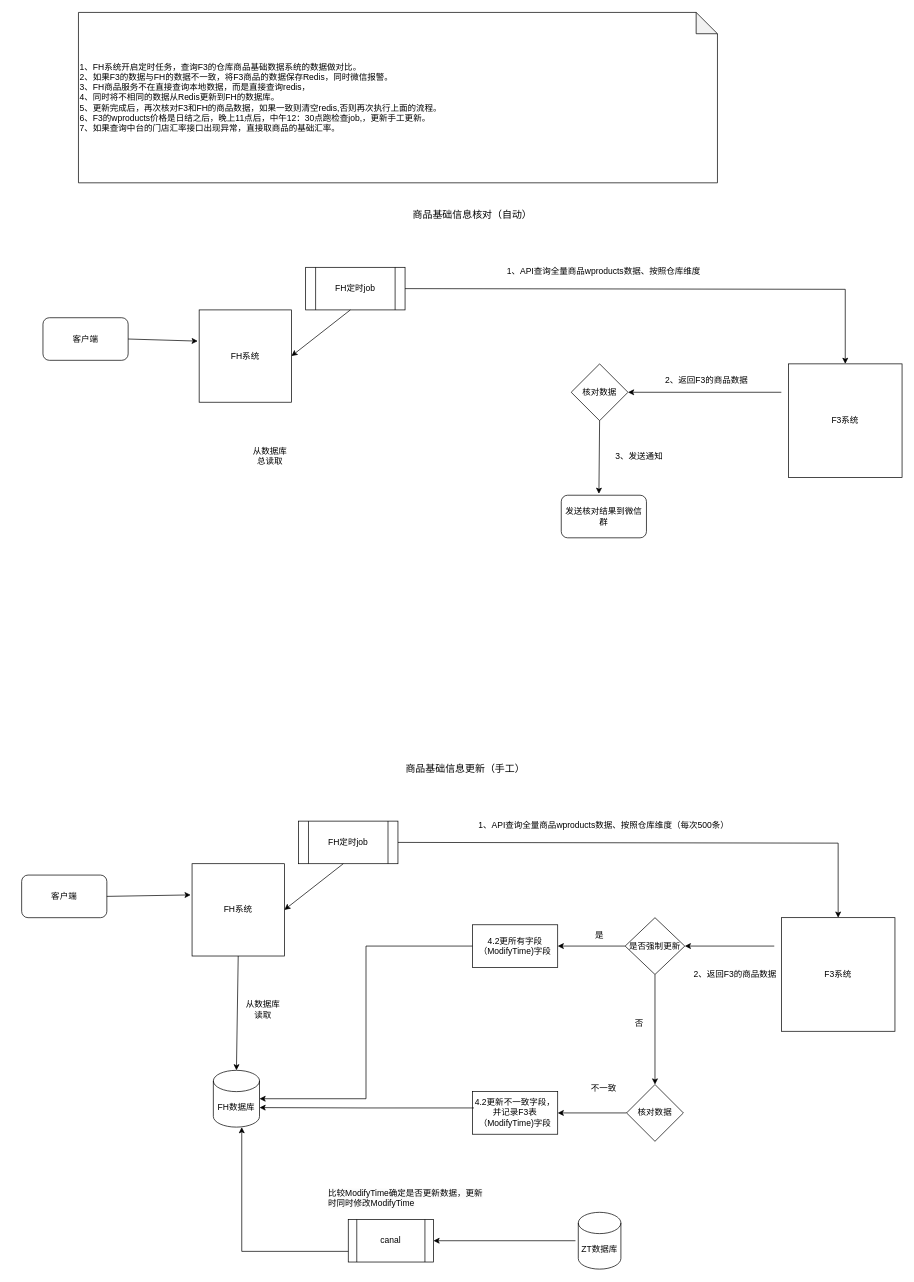
Above: SketchMap/FH校验商品基础数据.drawio in liuyunlong1229/aaa (draw.io), before the change. Source tidied: cells renumbered, new cells numbered last; positions are measured from the earlier drawing's top-left corner, leaving out a move shared by most shapes. Both pictures are drawn from the tidied source at 71%, with x=0, y=0 at pixel (21, 12).
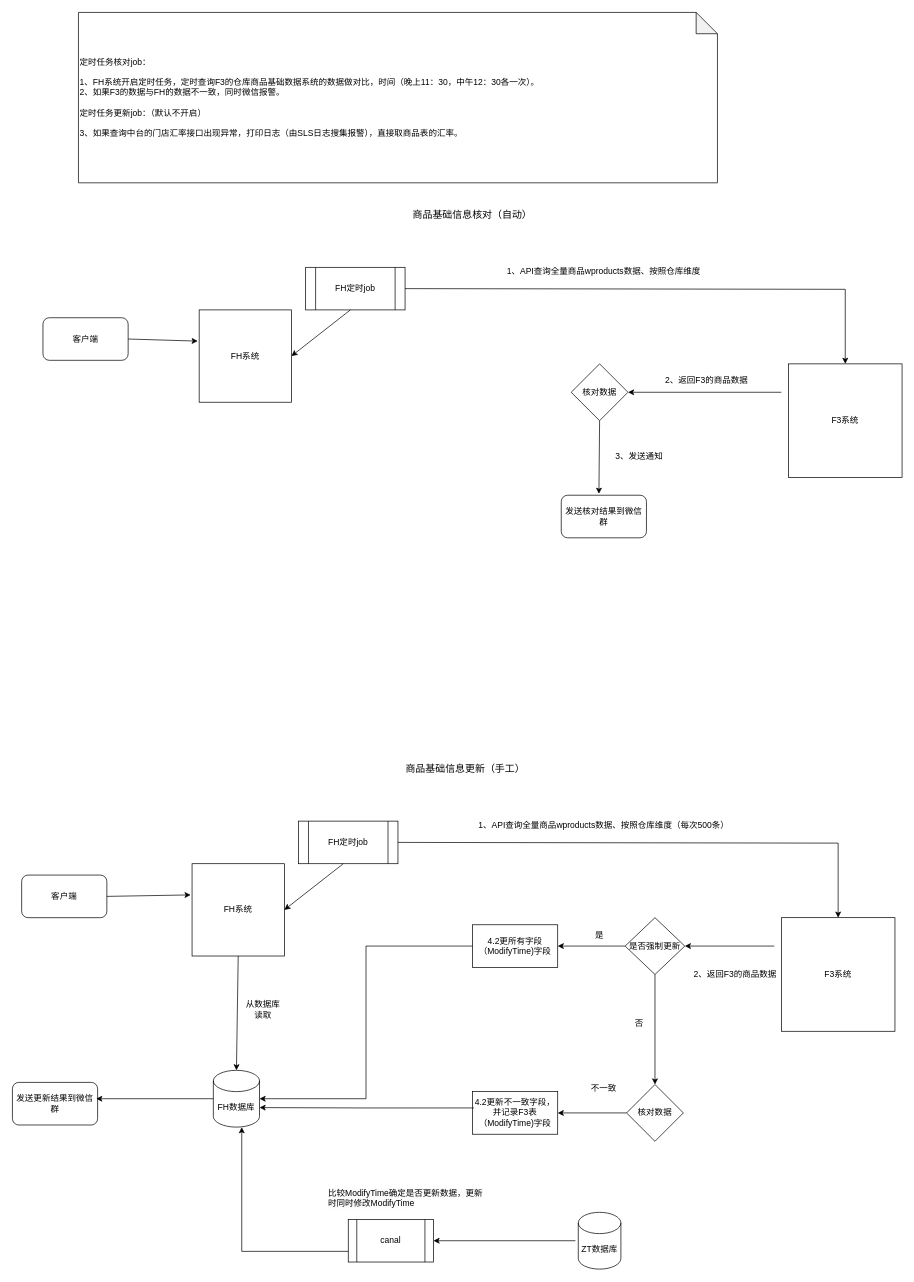
The same diagram, later.

Commit message:
更新FH校验商品基础数据.drawio

The change refers to these unchanged cells:
```xml
<mxCell id="20" value="FH数据库" style="shape=cylinder3;whiteSpace=wrap;html=1;boundedLbl=1;backgroundOutline=1;size=15;" parent="1" vertex="1">
  <mxGeometry x="270" y="1490" width="65" height="80" as="geometry" />
</mxCell>
```

Diff of the diagram source:
```diff
@@
-    <mxCell id="12" value="&lt;div&gt;&lt;div&gt;&lt;div&gt;1、FH系统开启定时任务，查询F3的仓库商品基础数据系统的数据做对比。&lt;/div&gt;&lt;div&gt;2、如果F3的数据与FH的数据不一致，将F3商品的数据保存Redis，同时微信报警。&lt;/div&gt;&lt;div&gt;3、FH商品服务不在直接查询本地数据，而是直接查询redis，&lt;/div&gt;&lt;div&gt;4、同时将不相同的数据从Redis更新到FH的数据库。&lt;/div&gt;&lt;div&gt;5、更新完成后，再次核对F3和FH的商品数据，如果一致则清空redis,否则再次执行上面的流程。&lt;br&gt;6、F3的wproducts价格是日结之后，晚上11点后，中午12：30点跑检查job,，更新手工更新。&lt;br&gt;7、如果查询中台的门店汇率接口出现异常，直接取商品的基础汇率。&lt;/div&gt;&lt;/div&gt;&lt;/div&gt;" style="shape=note;whiteSpace=wrap;html=1;backgroundOutline=1;darkOpacity=0.05;align=left;" parent="1" vertex="1">
+    <mxCell id="12" value="&lt;div&gt;定时任务核对job：&lt;br&gt;&lt;br&gt;1、FH系统开启定时任务，定时查询F3的仓库商品基础数据系统的数据做对比，时间（&lt;span style=&quot;background-color: initial;&quot;&gt;晚上11：30，中午12：30各一次）&lt;/span&gt;&lt;span style=&quot;background-color: initial;&quot;&gt;。&lt;/span&gt;&lt;/div&gt;&lt;div&gt;2、如果F3的数据与FH的数据不一致，同时微信报警。&lt;br&gt;&lt;br&gt;定时任务更新job：（默认不开启）&lt;br&gt;&lt;br&gt;&lt;/div&gt;&lt;div&gt;&lt;span style=&quot;background-color: initial;&quot;&gt;3、如果查询中台的门店汇率接口出现异常，打印日志（由SLS日志搜集报警），直接取商品表的汇率。&lt;/span&gt;&lt;br&gt;&lt;/div&gt;" style="shape=note;whiteSpace=wrap;html=1;backgroundOutline=1;darkOpacity=0.05;align=left;" parent="1" vertex="1">
       <mxGeometry x="80" width="900" height="240" as="geometry" />
     </mxCell>
@@
-    <mxCell id="17" value="从数据库总读取" style="text;html=1;align=center;verticalAlign=middle;whiteSpace=wrap;rounded=0;" parent="1" vertex="1">
-      <mxGeometry x="320" y="610" width="60" height="30" as="geometry" />
-    </mxCell>
@@
+    <mxCell id="50" value="发送更新结果到微信群" style="rounded=1;whiteSpace=wrap;html=1;" parent="1" vertex="1">
+      <mxGeometry x="-13" y="1507" width="120" height="60" as="geometry" />
+    </mxCell>
+    <mxCell id="51" style="edgeStyle=orthogonalEdgeStyle;rounded=0;jettySize=auto;html=1;entryX=0.983;entryY=0.383;entryDx=0;entryDy=0;entryPerimeter=0;" parent="1" edge="1" source="20" target="50">
+      <mxGeometry relative="1" as="geometry" />
+    </mxCell>
```
